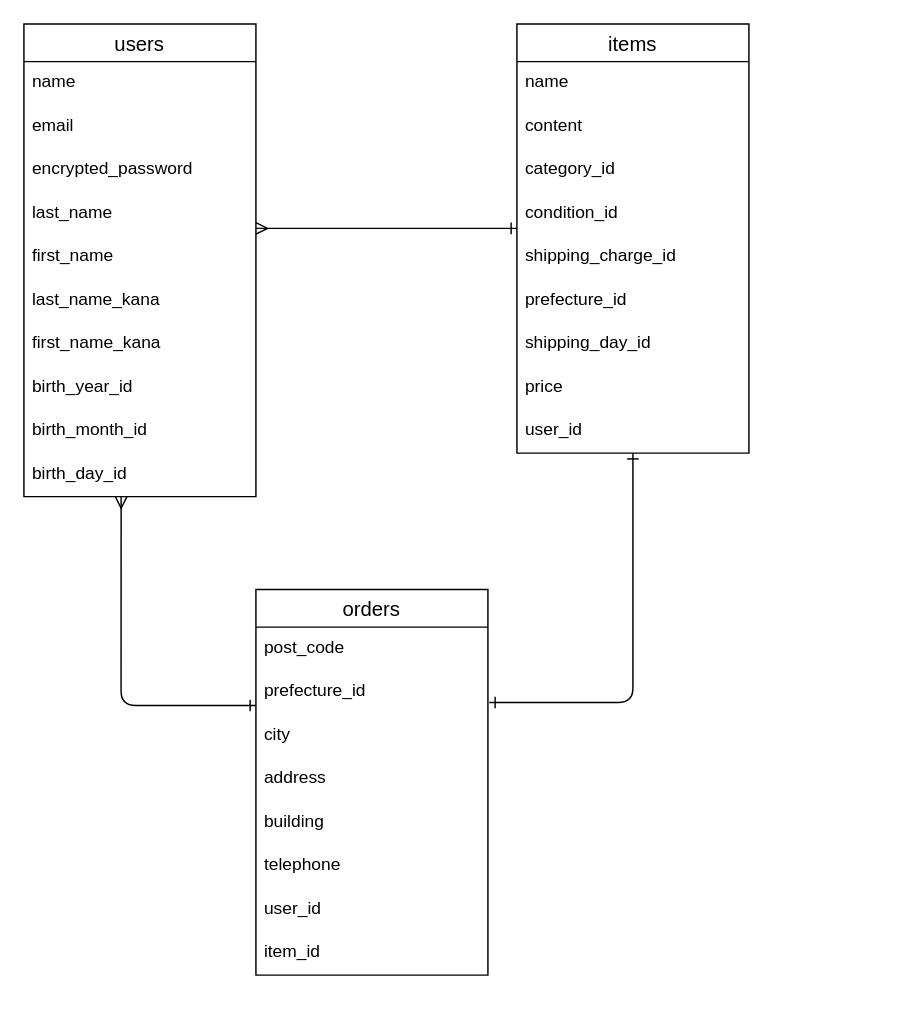
Above: er.dio in sh200000/furima-37903 (draw.io), before the change. Source tidied: cells renumbered, new cells numbered last; positions are measured from the earlier drawing's top-left corner, leaving out a move shared by most shapes. Both pictures are drawn from the tidied source at 145%, with x=0, y=0 at pixel (23, 23).
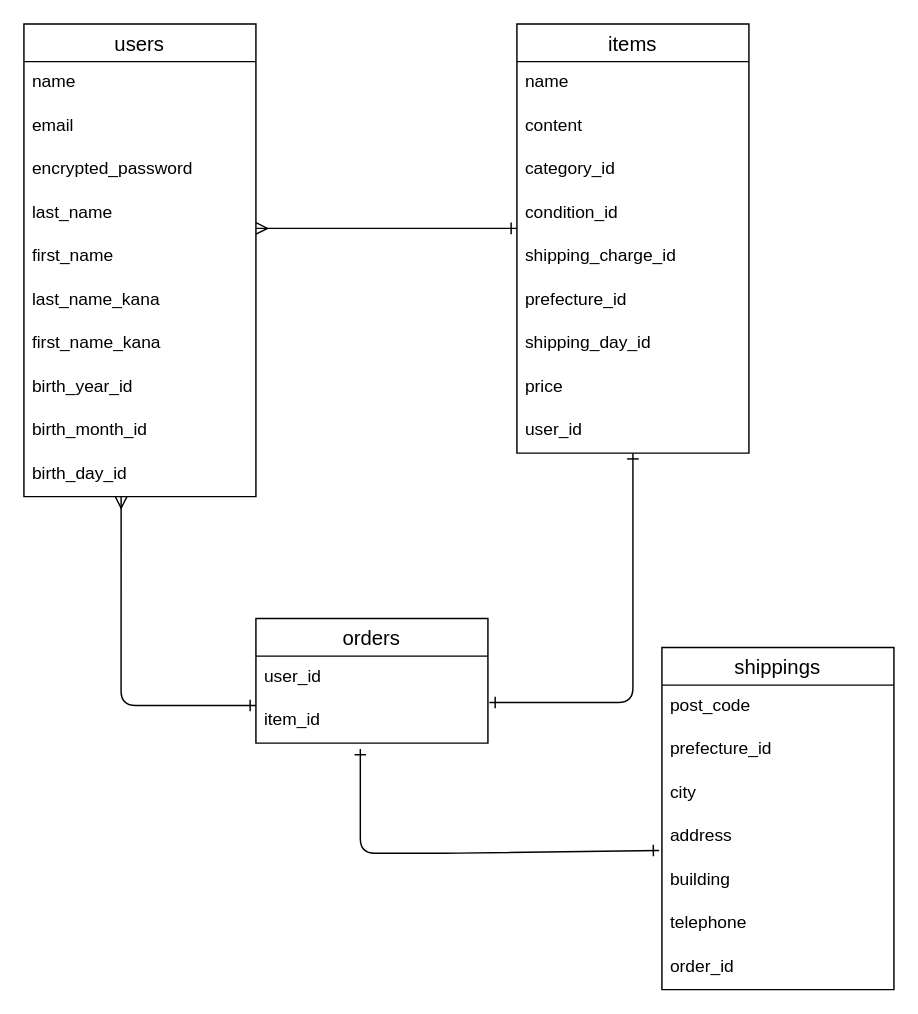
The same diagram, later.

Commit message (it also covers changes not shown here):
データベース設計（修正）

Unchanged cells that the change refers to:
```xml
<mxCell id="12" value="birth_day_id" style="text;strokeColor=none;fillColor=none;spacingLeft=4;spacingRight=4;overflow=hidden;points=[[0,0.5],[1,0.5]];portConstraint=eastwest;fontSize=12;" parent="2" vertex="1">
  <mxGeometry y="296" width="160" height="30" as="geometry" />
</mxCell>
<mxCell id="17" value="condition_id" style="text;strokeColor=none;fillColor=none;spacingLeft=4;spacingRight=4;overflow=hidden;points=[[0,0.5],[1,0.5]];portConstraint=eastwest;fontSize=12;" parent="13" vertex="1">
  <mxGeometry y="116" width="160" height="30" as="geometry" />
</mxCell>
```

What changed in the source:
```diff
@@
     <mxCell id="23" value="orders" style="swimlane;fontStyle=0;horizontal=1;startSize=26;align=center;fontSize=14;" parent="1" vertex="1">
-      <mxGeometry x="160" y="390" width="160" height="266" as="geometry" />
+      <mxGeometry x="160" y="410" width="160" height="86" as="geometry" />
     </mxCell>
+    <mxCell id="30" value="user_id" style="text;strokeColor=none;fillColor=none;spacingLeft=4;spacingRight=4;overflow=hidden;fontSize=12;" parent="23" vertex="1">
+      <mxGeometry y="26" width="160" height="30" as="geometry" />
+    </mxCell>
+    <mxCell id="31" value="item_id" style="text;strokeColor=none;fillColor=none;spacingLeft=4;spacingRight=4;overflow=hidden;fontSize=12;" parent="23" vertex="1">
+      <mxGeometry y="56" width="160" height="30" as="geometry" />
+    </mxCell>
+    <mxCell id="32" style="fontSize=12;html=1;endArrow=ERmany;startArrow=ERone;entryX=0.419;entryY=1;entryDx=0;entryDy=0;entryPerimeter=0;startFill=0;endFill=0;" parent="1" edge="1" target="12">
+      <mxGeometry relative="1" as="geometry">
+        <mxPoint x="160" y="470" as="sourcePoint" />
+        <Array as="points">
+          <mxPoint x="67" y="470" />
+        </Array>
+      </mxGeometry>
+    </mxCell>
+    <mxCell id="33" style="fontSize=12;html=1;endArrow=ERone;startArrow=ERone;entryX=0.419;entryY=1;entryDx=0;entryDy=0;entryPerimeter=0;startFill=0;endFill=0;" parent="1" edge="1">
+      <mxGeometry relative="1" as="geometry">
+        <mxPoint x="321" y="468" as="sourcePoint" />
+        <mxPoint x="420" y="296" as="targetPoint" />
+        <Array as="points">
+          <mxPoint x="420" y="468" />
+        </Array>
+      </mxGeometry>
+    </mxCell>
+    <mxCell id="34" style="fontSize=12;html=1;endArrow=ERmany;startArrow=ERone;startFill=0;endFill=0;exitX=0;exitY=0.833;exitDx=0;exitDy=0;exitPerimeter=0;" parent="1" edge="1" source="17">
+      <mxGeometry relative="1" as="geometry">
+        <mxPoint x="160" y="141" as="targetPoint" />
+      </mxGeometry>
+    </mxCell>
+    <mxCell id="35" value="shippings" style="swimlane;fontStyle=0;horizontal=1;startSize=26;align=center;fontSize=14;" parent="1" vertex="1">
+      <mxGeometry x="440" y="430" width="160" height="236" as="geometry" />
+    </mxCell>
-    <mxCell id="24" value="post_code" style="text;strokeColor=none;fillColor=none;spacingLeft=4;spacingRight=4;overflow=hidden;fontSize=12;" parent="23" vertex="1">
+    <mxCell id="24" value="post_code" style="text;strokeColor=none;fillColor=none;spacingLeft=4;spacingRight=4;overflow=hidden;fontSize=12;" parent="35" vertex="1">
       <mxGeometry y="26" width="160" height="30" as="geometry" />
     </mxCell>
-    <mxCell id="25" value="prefecture_id" style="text;strokeColor=none;fillColor=none;spacingLeft=4;spacingRight=4;overflow=hidden;points=[[0,0.5],[1,0.5]];portConstraint=eastwest;fontSize=12;" parent="23" vertex="1">
+    <mxCell id="25" value="prefecture_id" style="text;strokeColor=none;fillColor=none;spacingLeft=4;spacingRight=4;overflow=hidden;points=[[0,0.5],[1,0.5]];portConstraint=eastwest;fontSize=12;" parent="35" vertex="1">
       <mxGeometry y="56" width="160" height="30" as="geometry" />
     </mxCell>
-    <mxCell id="26" value="city" style="text;strokeColor=none;fillColor=none;spacingLeft=4;spacingRight=4;overflow=hidden;fontSize=12;" parent="23" vertex="1">
+    <mxCell id="26" value="city" style="text;strokeColor=none;fillColor=none;spacingLeft=4;spacingRight=4;overflow=hidden;fontSize=12;" parent="35" vertex="1">
       <mxGeometry y="86" width="160" height="30" as="geometry" />
     </mxCell>
-    <mxCell id="27" value="address" style="text;strokeColor=none;fillColor=none;spacingLeft=4;spacingRight=4;overflow=hidden;points=[[0,0.5],[1,0.5]];portConstraint=eastwest;fontSize=12;" parent="23" vertex="1">
+    <mxCell id="27" value="address" style="text;strokeColor=none;fillColor=none;spacingLeft=4;spacingRight=4;overflow=hidden;points=[[0,0.5],[1,0.5]];portConstraint=eastwest;fontSize=12;" parent="35" vertex="1">
       <mxGeometry y="116" width="160" height="30" as="geometry" />
     </mxCell>
-    <mxCell id="28" value="building" style="text;strokeColor=none;fillColor=none;spacingLeft=4;spacingRight=4;overflow=hidden;fontSize=12;" parent="23" vertex="1">
+    <mxCell id="28" value="building" style="text;strokeColor=none;fillColor=none;spacingLeft=4;spacingRight=4;overflow=hidden;fontSize=12;" parent="35" vertex="1">
       <mxGeometry y="146" width="160" height="30" as="geometry" />
     </mxCell>
-    <mxCell id="29" value="telephone" style="text;strokeColor=none;fillColor=none;spacingLeft=4;spacingRight=4;overflow=hidden;fontSize=12;" parent="23" vertex="1">
+    <mxCell id="29" value="telephone" style="text;strokeColor=none;fillColor=none;spacingLeft=4;spacingRight=4;overflow=hidden;fontSize=12;" parent="35" vertex="1">
       <mxGeometry y="176" width="160" height="30" as="geometry" />
     </mxCell>
-    <mxCell id="30" value="user_id" style="text;strokeColor=none;fillColor=none;spacingLeft=4;spacingRight=4;overflow=hidden;fontSize=12;" parent="23" vertex="1">
-      <mxGeometry y="206" width="160" height="30" as="geometry" />
-    </mxCell>
-    <mxCell id="31" value="item_id" style="text;strokeColor=none;fillColor=none;spacingLeft=4;spacingRight=4;overflow=hidden;fontSize=12;" parent="23" vertex="1">
-      <mxGeometry y="236" width="160" height="30" as="geometry" />
-    </mxCell>
-    <mxCell id="32" style="fontSize=12;html=1;endArrow=ERmany;startArrow=ERone;entryX=0.419;entryY=1;entryDx=0;entryDy=0;entryPerimeter=0;startFill=0;endFill=0;" parent="1" edge="1" target="12">
-      <mxGeometry relative="1" as="geometry">
-        <mxPoint x="160" y="470" as="sourcePoint" />
-        <Array as="points">
-          <mxPoint x="67" y="470" />
-        </Array>
-      </mxGeometry>
-    </mxCell>
-    <mxCell id="33" style="fontSize=12;html=1;endArrow=ERone;startArrow=ERone;entryX=0.419;entryY=1;entryDx=0;entryDy=0;entryPerimeter=0;startFill=0;endFill=0;exitX=1.006;exitY=0.733;exitDx=0;exitDy=0;exitPerimeter=0;" parent="1" edge="1" source="25">
-      <mxGeometry relative="1" as="geometry">
-        <mxPoint x="420" y="296" as="targetPoint" />
-        <Array as="points">
-          <mxPoint x="420" y="468" />
-        </Array>
-      </mxGeometry>
-    </mxCell>
-    <mxCell id="34" style="fontSize=12;html=1;endArrow=ERmany;startArrow=ERone;startFill=0;endFill=0;exitX=0;exitY=0.833;exitDx=0;exitDy=0;exitPerimeter=0;" parent="1" edge="1" source="17">
-      <mxGeometry relative="1" as="geometry">
-        <mxPoint x="160" y="141" as="targetPoint" />
-      </mxGeometry>
-    </mxCell>
+    <mxCell id="36" value="order_id" style="text;strokeColor=none;fillColor=none;spacingLeft=4;spacingRight=4;overflow=hidden;fontSize=12;" parent="35" vertex="1">
+      <mxGeometry y="206" width="160" height="30" as="geometry" />
+    </mxCell>
+    <mxCell id="37" style="fontSize=12;html=1;endArrow=ERone;startArrow=ERone;startFill=0;endFill=0;exitX=-0.012;exitY=0.8;exitDx=0;exitDy=0;exitPerimeter=0;" parent="1" edge="1" source="27">
+      <mxGeometry relative="1" as="geometry">
+        <mxPoint x="232" y="500" as="targetPoint" />
+        <Array as="points">
+          <mxPoint x="290" y="572" />
+          <mxPoint x="232" y="572" />
+          <mxPoint x="232" y="530" />
+        </Array>
+      </mxGeometry>
+    </mxCell>
```
